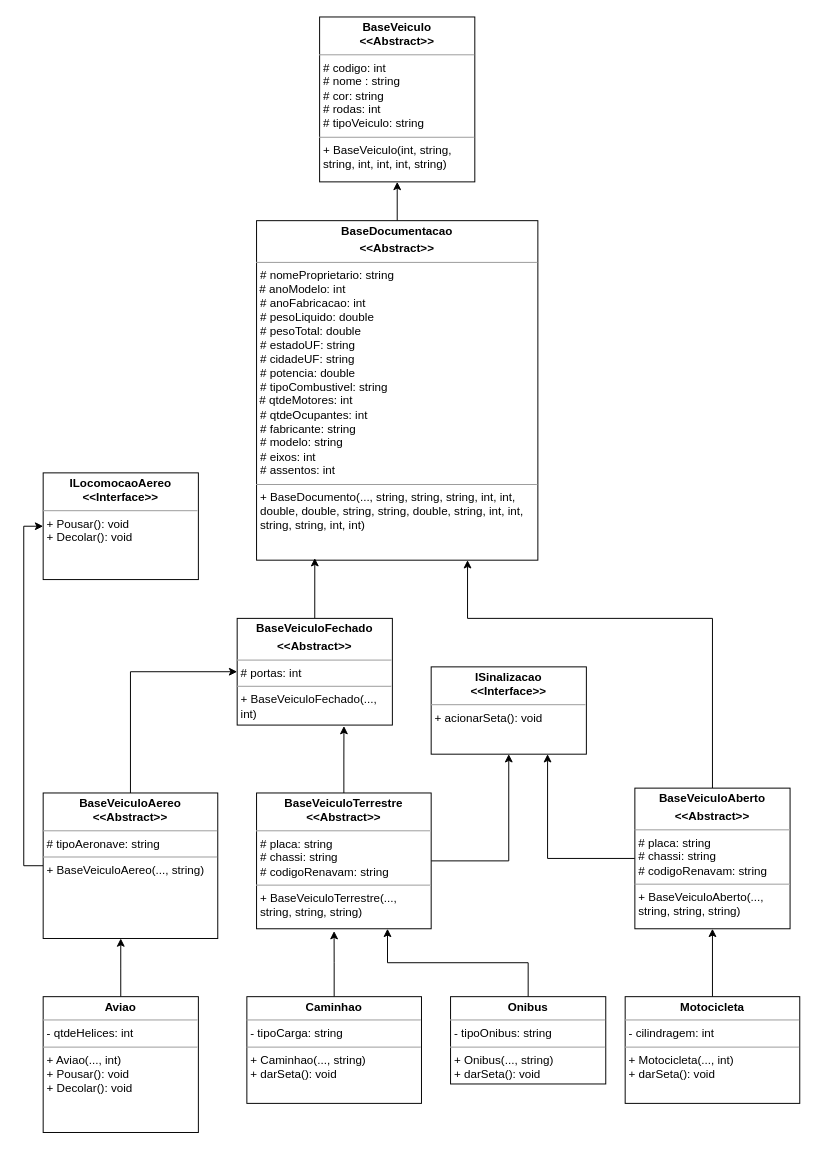
RyanBrittes/Faculdade_LOO keeps this draw.io diagram as Atividade_05/Diagrama_UML/UML_ProjetoVeiculosEstagiario.drawio. Above is the earlier version. Source tidied: cells renumbered, new cells numbered last; positions are measured from the earlier drawing's top-left corner, leaving out a move shared by most shapes. Both pictures are drawn from the tidied source at 97%, with x=0, y=0 at pixel (43, 16).
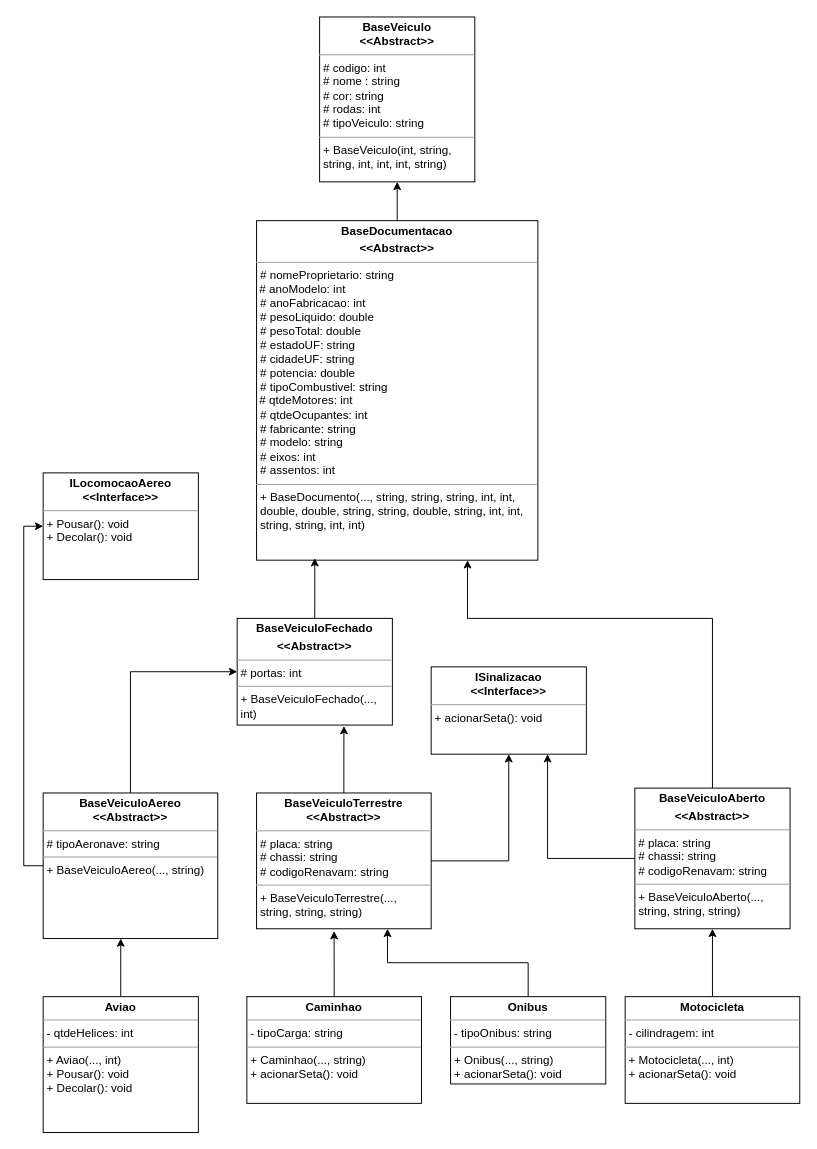
The same diagram, later.

Diff of the diagram source:
```diff
@@
-    <mxCell id="4" value="&lt;p style=&quot;margin:0px;margin-top:4px;text-align:center;&quot;&gt;&lt;b&gt;Caminhao&lt;/b&gt;&lt;/p&gt;&lt;hr size=&quot;1&quot;&gt;&lt;p style=&quot;margin:0px;margin-left:4px;&quot;&gt;&lt;span style=&quot;background-color: initial;&quot;&gt;- tipoCarga: string&amp;nbsp;&lt;/span&gt;&lt;br&gt;&lt;/p&gt;&lt;hr size=&quot;1&quot;&gt;&lt;p style=&quot;margin:0px;margin-left:4px;&quot;&gt;+ Caminhao(..., string)&lt;/p&gt;&lt;p style=&quot;border-color: var(--border-color); margin: 0px 0px 0px 4px;&quot;&gt;+ darSeta(): void&lt;br&gt;&lt;/p&gt;" style="verticalAlign=top;align=left;overflow=fill;fontSize=12;fontFamily=Helvetica;html=1;whiteSpace=wrap;" parent="1" vertex="1">
+    <mxCell id="4" value="&lt;p style=&quot;margin:0px;margin-top:4px;text-align:center;&quot;&gt;&lt;b&gt;Caminhao&lt;/b&gt;&lt;/p&gt;&lt;hr size=&quot;1&quot;&gt;&lt;p style=&quot;margin:0px;margin-left:4px;&quot;&gt;&lt;span style=&quot;background-color: initial;&quot;&gt;- tipoCarga: string&amp;nbsp;&lt;/span&gt;&lt;br&gt;&lt;/p&gt;&lt;hr size=&quot;1&quot;&gt;&lt;p style=&quot;margin:0px;margin-left:4px;&quot;&gt;+ Caminhao(..., string)&lt;/p&gt;&lt;p style=&quot;border-color: var(--border-color); margin: 0px 0px 0px 4px;&quot;&gt;+ acionarSeta(): void&lt;br&gt;&lt;/p&gt;" style="verticalAlign=top;align=left;overflow=fill;fontSize=12;fontFamily=Helvetica;html=1;whiteSpace=wrap;" parent="1" vertex="1">
       <mxGeometry x="210" y="1010" width="180" height="110" as="geometry" />
     </mxCell>
@@
-    <mxCell id="8" value="&lt;p style=&quot;margin:0px;margin-top:4px;text-align:center;&quot;&gt;&lt;b&gt;Motocicleta&lt;/b&gt;&lt;/p&gt;&lt;hr size=&quot;1&quot;&gt;&lt;p style=&quot;margin:0px;margin-left:4px;&quot;&gt;&lt;span style=&quot;background-color: initial;&quot;&gt;- cilindragem: int&amp;nbsp;&lt;/span&gt;&lt;br&gt;&lt;/p&gt;&lt;hr size=&quot;1&quot;&gt;&lt;p style=&quot;border-color: var(--border-color); margin: 0px 0px 0px 4px;&quot;&gt;+ Motocicleta(..., int)&lt;/p&gt;&lt;p style=&quot;border-color: var(--border-color); margin: 0px 0px 0px 4px;&quot;&gt;+ darSeta(): void&lt;br&gt;&lt;/p&gt;" style="verticalAlign=top;align=left;overflow=fill;fontSize=12;fontFamily=Helvetica;html=1;whiteSpace=wrap;" parent="1" vertex="1">
+    <mxCell id="8" value="&lt;p style=&quot;margin:0px;margin-top:4px;text-align:center;&quot;&gt;&lt;b&gt;Motocicleta&lt;/b&gt;&lt;/p&gt;&lt;hr size=&quot;1&quot;&gt;&lt;p style=&quot;margin:0px;margin-left:4px;&quot;&gt;&lt;span style=&quot;background-color: initial;&quot;&gt;- cilindragem: int&amp;nbsp;&lt;/span&gt;&lt;br&gt;&lt;/p&gt;&lt;hr size=&quot;1&quot;&gt;&lt;p style=&quot;border-color: var(--border-color); margin: 0px 0px 0px 4px;&quot;&gt;+ Motocicleta(..., int)&lt;/p&gt;&lt;p style=&quot;border-color: var(--border-color); margin: 0px 0px 0px 4px;&quot;&gt;+ acionarSeta(): void&lt;br&gt;&lt;/p&gt;" style="verticalAlign=top;align=left;overflow=fill;fontSize=12;fontFamily=Helvetica;html=1;whiteSpace=wrap;" parent="1" vertex="1">
       <mxGeometry x="600" y="1010" width="180" height="110" as="geometry" />
     </mxCell>
@@
-    <mxCell id="10" value="&lt;p style=&quot;margin:0px;margin-top:4px;text-align:center;&quot;&gt;&lt;b&gt;Onibus&lt;/b&gt;&lt;/p&gt;&lt;hr size=&quot;1&quot;&gt;&lt;p style=&quot;margin:0px;margin-left:4px;&quot;&gt;- tipoOnibus: string&lt;/p&gt;&lt;hr size=&quot;1&quot;&gt;&lt;p style=&quot;border-color: var(--border-color); margin: 0px 0px 0px 4px;&quot;&gt;+ Onibus(..., string)&lt;/p&gt;&lt;p style=&quot;border-color: var(--border-color); margin: 0px 0px 0px 4px;&quot;&gt;+ darSeta(): void&lt;br&gt;&lt;/p&gt;&lt;p style=&quot;border-color: var(--border-color); margin: 0px 0px 0px 4px;&quot;&gt;&lt;br&gt;&lt;/p&gt;" style="verticalAlign=top;align=left;overflow=fill;fontSize=12;fontFamily=Helvetica;html=1;whiteSpace=wrap;" parent="1" vertex="1">
+    <mxCell id="10" value="&lt;p style=&quot;margin:0px;margin-top:4px;text-align:center;&quot;&gt;&lt;b&gt;Onibus&lt;/b&gt;&lt;/p&gt;&lt;hr size=&quot;1&quot;&gt;&lt;p style=&quot;margin:0px;margin-left:4px;&quot;&gt;- tipoOnibus: string&lt;/p&gt;&lt;hr size=&quot;1&quot;&gt;&lt;p style=&quot;border-color: var(--border-color); margin: 0px 0px 0px 4px;&quot;&gt;+ Onibus(..., string)&lt;/p&gt;&lt;p style=&quot;border-color: var(--border-color); margin: 0px 0px 0px 4px;&quot;&gt;+ acionarSeta(): void&lt;br&gt;&lt;/p&gt;&lt;p style=&quot;border-color: var(--border-color); margin: 0px 0px 0px 4px;&quot;&gt;&lt;br&gt;&lt;/p&gt;" style="verticalAlign=top;align=left;overflow=fill;fontSize=12;fontFamily=Helvetica;html=1;whiteSpace=wrap;" parent="1" vertex="1">
       <mxGeometry x="420" y="1010" width="160" height="90" as="geometry" />
     </mxCell>
```
